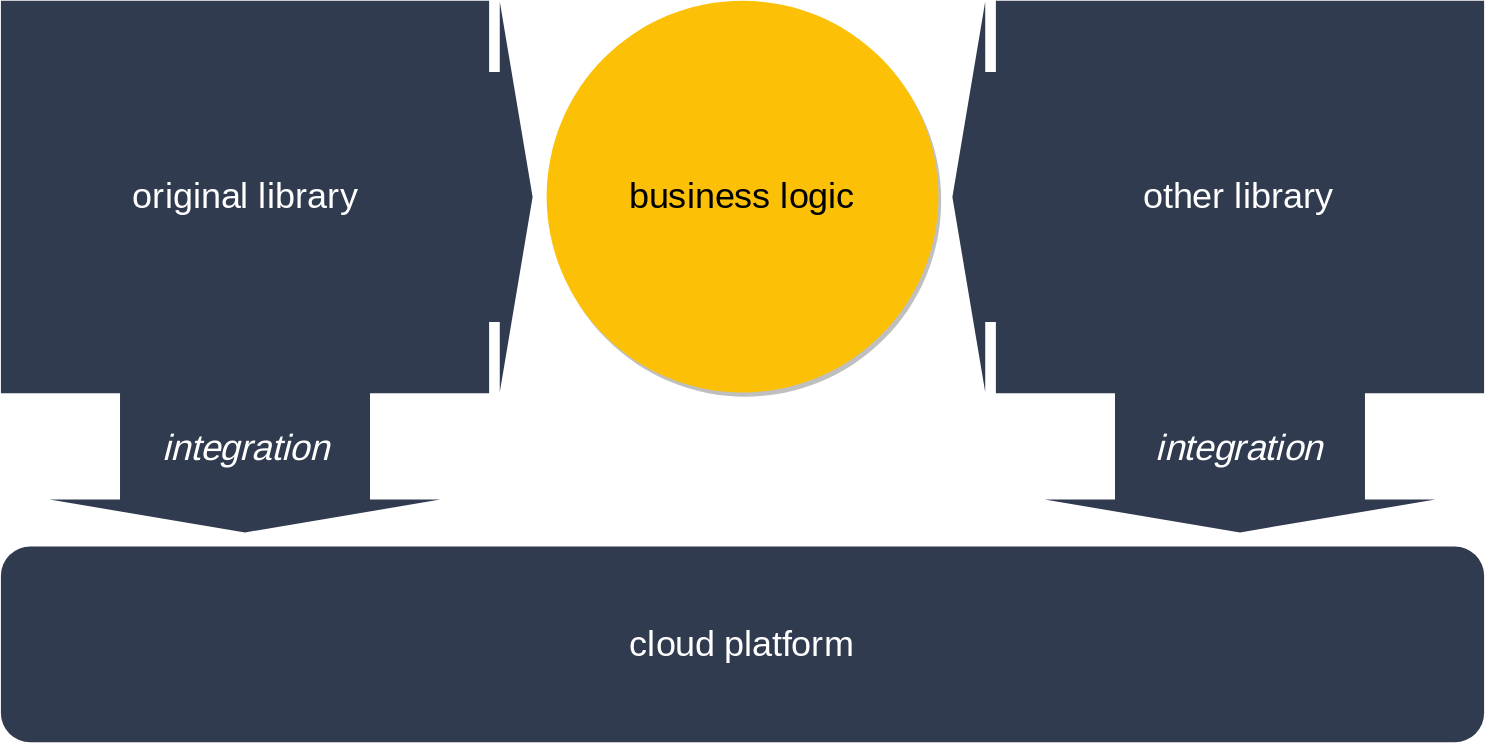
omnicloudworld/omnicloudworld.github.io keeps this draw.io diagram as .docs/assets/diagrams/origin.drawio.svg. Above is the earlier version. Source tidied: cells renumbered, new cells last; positions are measured from the earlier drawing's top-left corner, leaving out a move shared by most shapes.
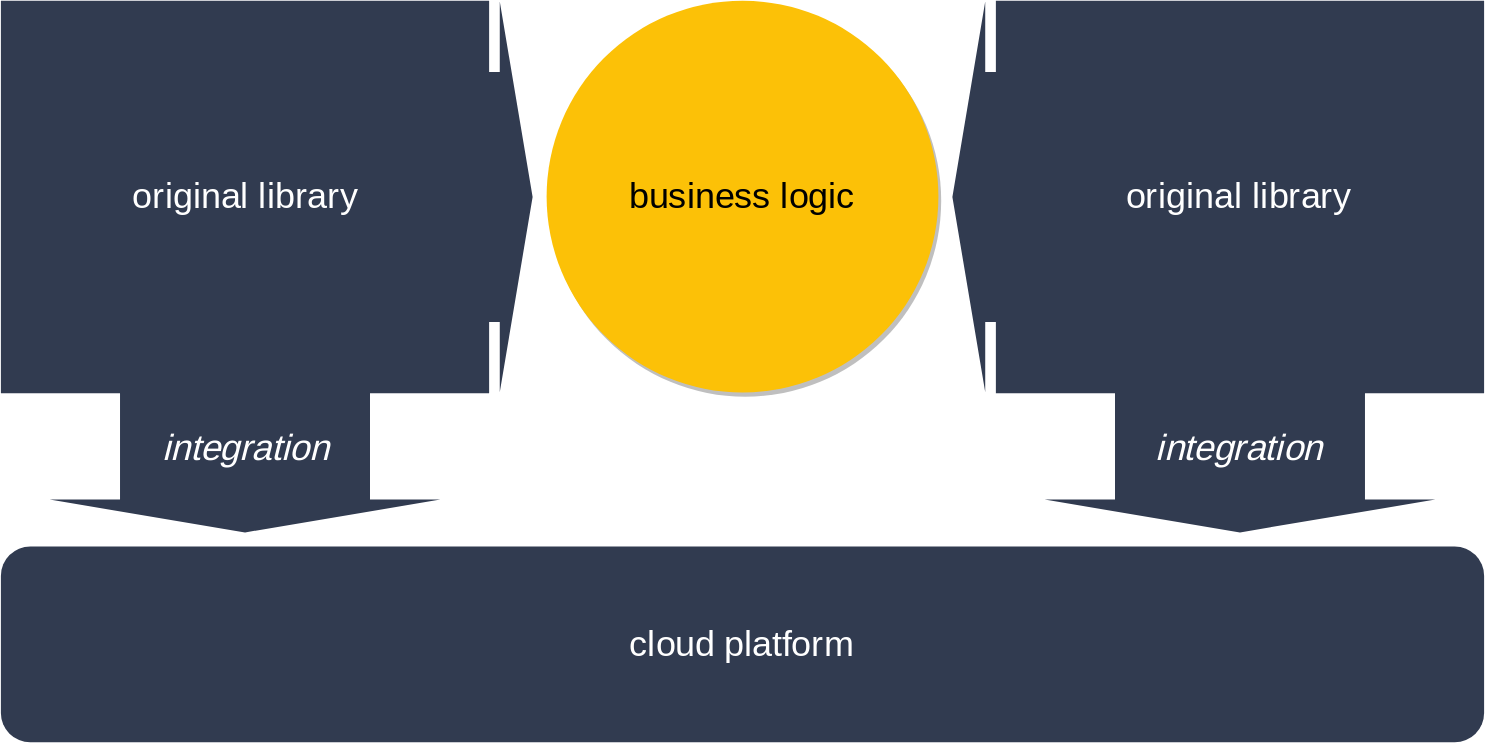
Later version of the same file.

The edit, as a diff of the source:
```diff
@@ -17,7 +17,7 @@
     <mxCell id="6" value="original library" style="text;html=1;strokeColor=none;fillColor=none;align=center;verticalAlign=middle;whiteSpace=wrap;rounded=0;labelBackgroundColor=none;fontFamily=Comfortaa;fontSource=https%3A%2F%2Ffonts.googleapis.com%2Fcss%3Ffamily%3DComfortaa;fontSize=26;fontColor=#FFFFFF;" parent="1" vertex="1">
       <mxGeometry width="350" height="280" as="geometry" />
     </mxCell>
-    <mxCell id="7" value="other library" style="text;html=1;strokeColor=none;fillColor=none;align=center;verticalAlign=middle;whiteSpace=wrap;rounded=0;labelBackgroundColor=none;fontFamily=Comfortaa;fontSource=https%3A%2F%2Ffonts.googleapis.com%2Fcss%3Ffamily%3DComfortaa;fontSize=26;fontColor=#FFFFFF;" parent="1" vertex="1">
+    <mxCell id="7" value="original library" style="text;html=1;strokeColor=none;fillColor=none;align=center;verticalAlign=middle;whiteSpace=wrap;rounded=0;labelBackgroundColor=none;fontFamily=Comfortaa;fontSource=https%3A%2F%2Ffonts.googleapis.com%2Fcss%3Ffamily%3DComfortaa;fontSize=26;fontColor=#FFFFFF;" parent="1" vertex="1">
       <mxGeometry x="710" width="350" height="280" as="geometry" />
     </mxCell>
     <mxCell id="8" value="integration" style="text;html=1;strokeColor=none;fillColor=none;align=center;verticalAlign=middle;whiteSpace=wrap;rounded=0;labelBackgroundColor=none;fontFamily=Comfortaa;fontSource=https%3A%2F%2Ffonts.googleapis.com%2Fcss%3Ffamily%3DComfortaa;fontSize=26;fontColor=#FFFFFF;fontStyle=2;" parent="1" vertex="1">
```
